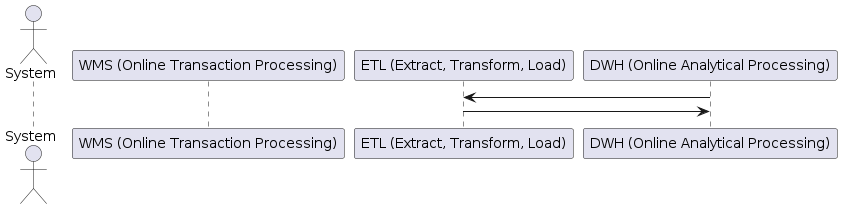
Before: diagrams/oltp_to_olap.png, a diagram exported from PlantUML (blro-ep/ITCNE23-SEM-III). Source of this version:
```plantuml
@startuml oltp_to_olap
actor System
participant "WMS (Online Transaction Processing)" as WMS
participant "ETL (Extract, Transform, Load)" as ETL
participant "DWH (Online Analytical Processing)" as OLAP

OLAP -> ETL:
ETL -> OLAP:
@enduml
```
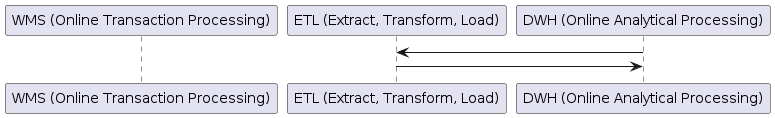
Later version of the same file.

Change to the diagram source:
```diff
@@ -1,5 +1,4 @@
 @startuml oltp_to_olap
-actor System
 participant "WMS (Online Transaction Processing)" as WMS
 participant "ETL (Extract, Transform, Load)" as ETL
 participant "DWH (Online Analytical Processing)" as OLAP
```
